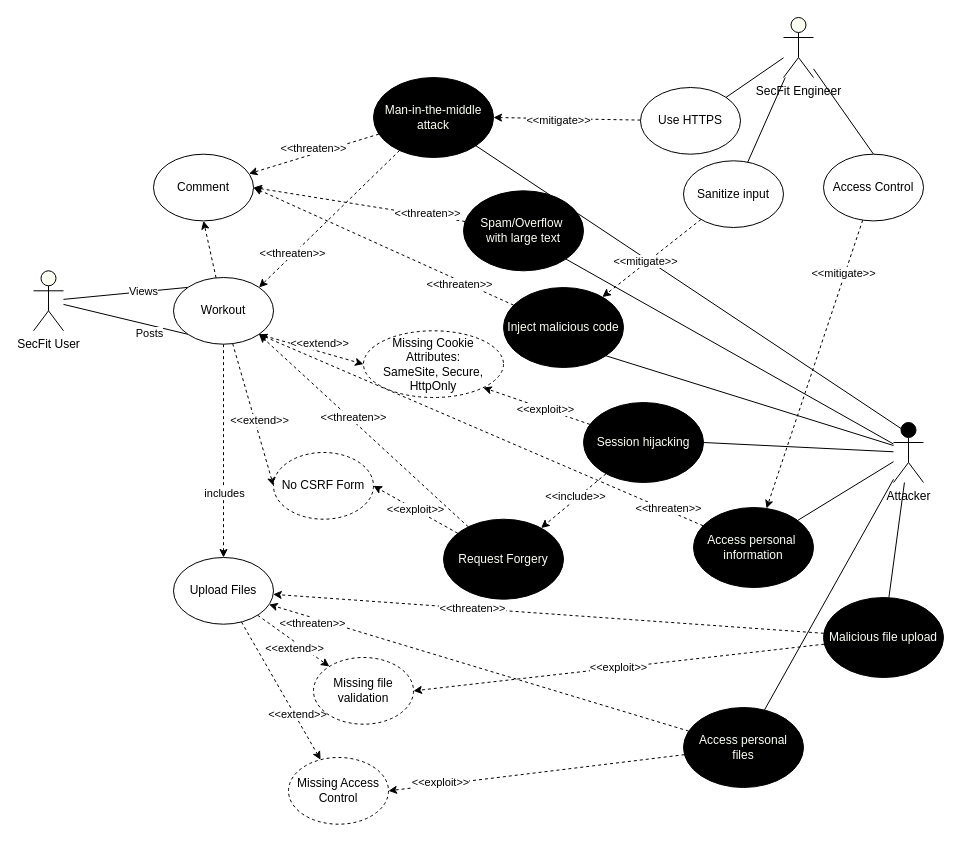
gullskatten/BPMN-models keeps this draw.io diagram as misusecase-3.drawio. Above is the earlier version. Source tidied: cells renumbered, new cells numbered last; positions are measured from the earlier drawing's top-left corner, leaving out a move shared by most shapes. Both pictures are drawn from the tidied source at 100%, with x=0, y=0 at pixel (33, 17).
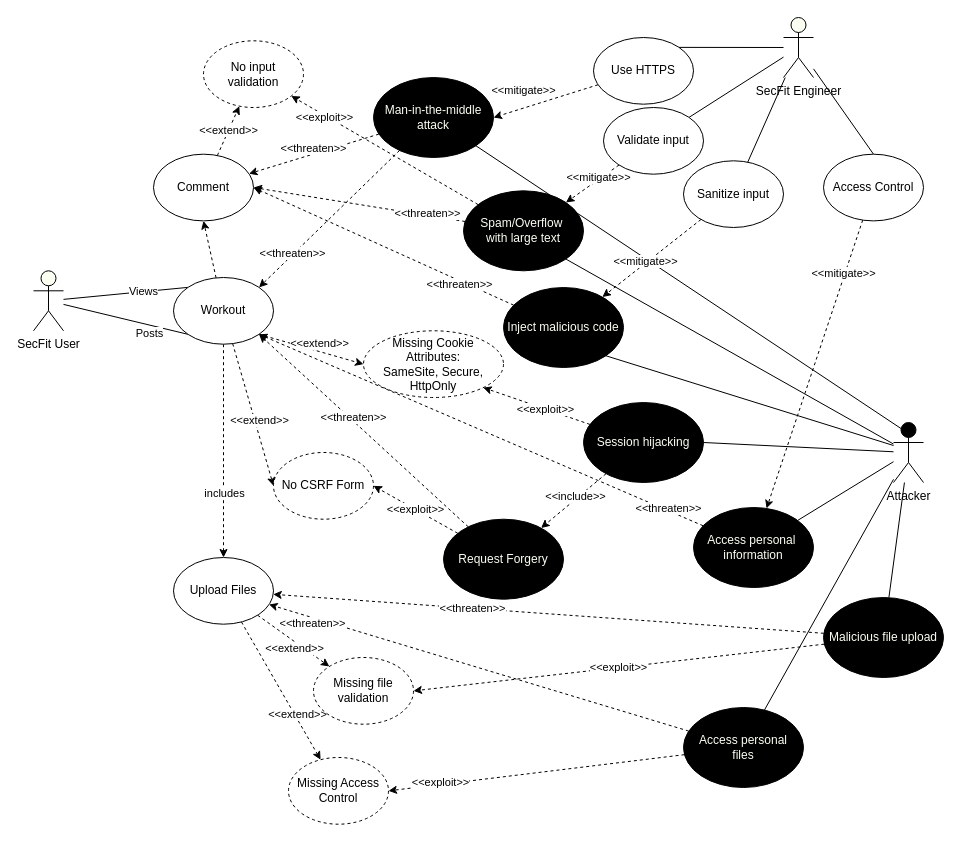
The same diagram, later.

Unchanged cells that the change refers to:
```xml
<mxCell id="32" value="SecFit Engineer" style="shape=umlActor;verticalLabelPosition=bottom;verticalAlign=top;html=1;outlineConnect=0;fillColor=#FBFFF2;" parent="1" vertex="1">
  <mxGeometry x="750" width="30" height="60" as="geometry" />
</mxCell>
<mxCell id="72" value="Comment" style="ellipse;whiteSpace=wrap;html=1;" parent="1" vertex="1">
  <mxGeometry x="120" y="136.7" width="100" height="66.7" as="geometry" />
</mxCell>
<mxCell id="76" value="&lt;font color=&quot;#fbfff2&quot;&gt;Spam/Overflow&amp;nbsp;&lt;br&gt;with large text&lt;br&gt;&lt;/font&gt;" style="ellipse;whiteSpace=wrap;html=1;fillColor=#000000;" parent="1" vertex="1">
  <mxGeometry x="430" y="173.3" width="120" height="80" as="geometry" />
</mxCell>
```

Change to the diagram source:
```diff
@@
     <mxCell id="28" value="Use HTTPS" style="ellipse;whiteSpace=wrap;html=1;" parent="1" vertex="1">
-      <mxGeometry x="607" y="70" width="100" height="66.7" as="geometry" />
+      <mxGeometry x="560" y="20" width="100" height="66.7" as="geometry" />
     </mxCell>
@@
+    <mxCell id="77" style="rounded=0;jettySize=auto;html=1;entryX=1;entryY=0;entryDx=0;entryDy=0;endArrow=none;endFill=0;" parent="1" edge="1" source="32" target="83">
+      <mxGeometry relative="1" as="geometry" />
+    </mxCell>
@@
+    <mxCell id="78" value="&amp;lt;&amp;lt;extend&amp;gt;&amp;gt;" style="edgeStyle=none;rounded=0;jettySize=auto;html=1;dashed=1;endArrow=classic;endFill=1;" parent="1" edge="1" source="72" target="84">
+      <mxGeometry relative="1" as="geometry" />
+    </mxCell>
@@
+    <mxCell id="79" style="edgeStyle=none;rounded=0;jettySize=auto;html=1;dashed=1;endArrow=classic;endFill=1;" parent="1" edge="1" source="76" target="84">
+      <mxGeometry relative="1" as="geometry" />
+    </mxCell>
+    <mxCell id="80" value="&amp;lt;&amp;lt;exploit&amp;gt;&amp;gt;" style="edgeLabel;html=1;align=center;verticalAlign=middle;" parent="79" vertex="1">
+      <mxGeometry x="0.75" y="-4" relative="1" as="geometry">
+        <mxPoint x="7" y="11" as="offset" />
+      </mxGeometry>
+    </mxCell>
@@
+    <mxCell id="81" style="edgeStyle=none;rounded=0;jettySize=auto;html=1;entryX=1;entryY=0;entryDx=0;entryDy=0;endArrow=classic;endFill=1;dashed=1;" parent="1" edge="1" source="83" target="76">
+      <mxGeometry relative="1" as="geometry" />
+    </mxCell>
+    <mxCell id="82" value="&amp;lt;&amp;lt;mitigate&amp;gt;&amp;gt;" style="edgeLabel;html=1;align=center;verticalAlign=middle;" parent="81" vertex="1">
+      <mxGeometry x="-0.25" y="-2" relative="1" as="geometry" />
+    </mxCell>
+    <mxCell id="83" value="Validate input" style="ellipse;whiteSpace=wrap;html=1;" parent="1" vertex="1">
+      <mxGeometry x="570" y="90" width="100" height="66.7" as="geometry" />
+    </mxCell>
+    <mxCell id="84" value="No input validation" style="ellipse;whiteSpace=wrap;html=1;dashed=1;" parent="1" vertex="1">
+      <mxGeometry x="170" y="23.3" width="100" height="66.7" as="geometry" />
+    </mxCell>
```
